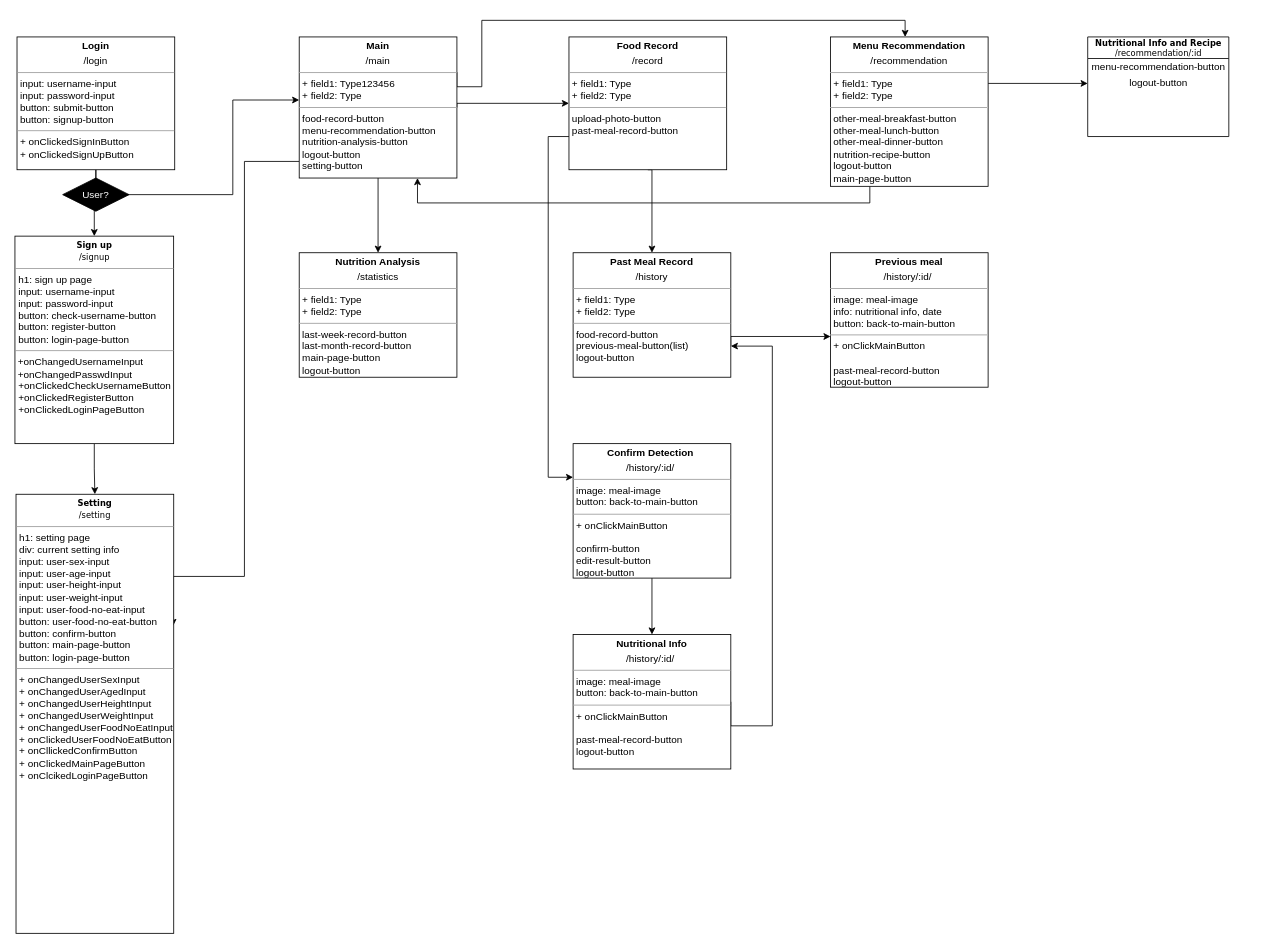
The draw.io diagram Untitled Diagram.drawio in swsnu/swpp2021-team5, before the edit. Source tidied: cells renumbered, new cells numbered last; positions are measured from the earlier drawing's top-left corner, leaving out a move shared by most shapes. Both pictures are drawn from the tidied source at 83%, with x=0, y=0 at pixel (15, 20).
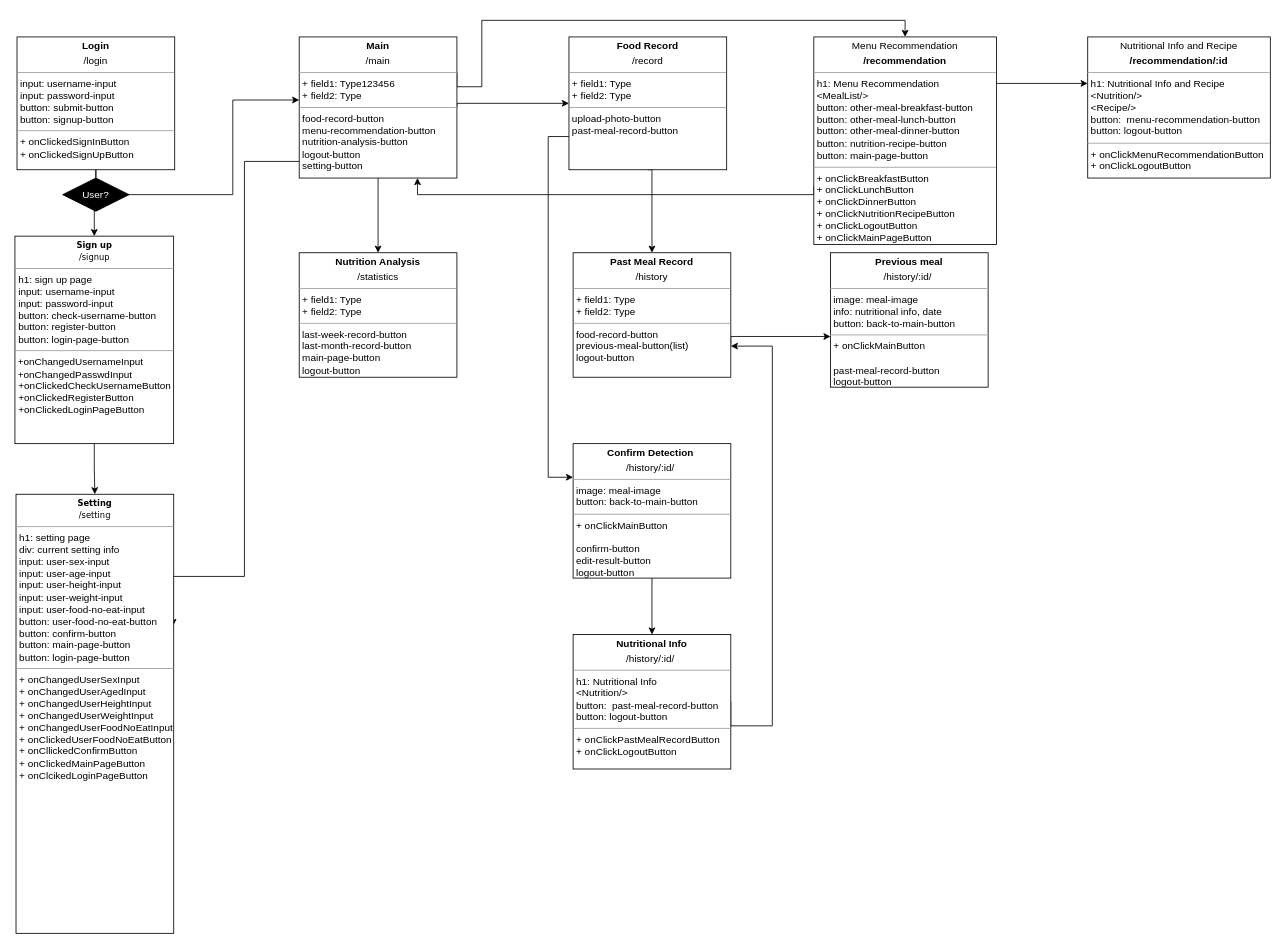
The same page after the edit.

Unchanged cells that the change refers to:
```xml
<mxCell id="13" value="&lt;p style=&quot;margin: 0px ; margin-top: 4px ; text-align: center&quot;&gt;&lt;b&gt;Main&lt;/b&gt;&lt;/p&gt;&lt;p style=&quot;margin: 0px ; margin-top: 4px ; text-align: center&quot;&gt;/main&lt;/p&gt;&lt;hr size=&quot;1&quot;&gt;&lt;p style=&quot;margin: 0px ; margin-left: 4px&quot;&gt;+ field1: Type123456&lt;br&gt;+ field2: Type&lt;/p&gt;&lt;hr size=&quot;1&quot;&gt;&lt;p style=&quot;margin: 0px ; margin-left: 4px&quot;&gt;food-record-button&lt;/p&gt;&lt;p style=&quot;margin: 0px ; margin-left: 4px&quot;&gt;menu-recommendation-button&lt;/p&gt;&lt;p style=&quot;margin: 0px ; margin-left: 4px&quot;&gt;nutrition-analysis-button&lt;/p&gt;&lt;p style=&quot;margin: 0px ; margin-left: 4px&quot;&gt;logout-button&lt;/p&gt;&lt;p style=&quot;margin: 0px ; margin-left: 4px&quot;&gt;setting-button&lt;/p&gt;" style="verticalAlign=top;align=left;overflow=fill;fontSize=12;fontFamily=Helvetica;html=1;rounded=0;shadow=0;comic=0;labelBackgroundColor=none;strokeWidth=1;" parent="1" vertex="1">
  <mxGeometry x="342" y="20" width="190" height="170" as="geometry" />
</mxCell>
```

What changed in the source:
```diff
@@
-    <mxCell id="2" value="&lt;b&gt;Nutritional Info and Recipe&lt;/b&gt;&lt;br&gt;/recommendation/:id" style="swimlane;html=1;fontStyle=0;horizontal=1;startSize=26;fillColor=none;swimlaneFillColor=#ffffff;rounded=0;shadow=0;comic=0;labelBackgroundColor=none;strokeWidth=1;fontFamily=Verdana;fontSize=10;align=center;" parent="1" vertex="1">
-      <mxGeometry x="1292" y="20" width="170" height="120" as="geometry" />
-    </mxCell>
-    <mxCell id="3" value="menu-recommendation-button" style="text;html=1;align=center;verticalAlign=middle;fillColor=none;strokeColor=none;rounded=0;" parent="2" vertex="1">
-      <mxGeometry y="26" width="170" height="20" as="geometry" />
-    </mxCell>
-    <mxCell id="4" value="logout-button" style="text;html=1;align=center;verticalAlign=middle;points=[];fillColor=none;strokeColor=none;rounded=0;" parent="2" vertex="1">
-      <mxGeometry y="46" width="170" height="20" as="geometry" />
-    </mxCell>
@@
-    <mxCell id="6" style="edgeStyle=orthogonalEdgeStyle;rounded=0;jettySize=auto;html=1;fontColor=#FFFFFF;" parent="1" edge="1" source="8" target="4">
+    <mxCell id="6" style="edgeStyle=orthogonalEdgeStyle;rounded=0;orthogonalLoop=1;jettySize=auto;html=1;fontColor=#FFFFFF;" parent="1" edge="1">
       <mxGeometry relative="1" as="geometry">
+        <mxPoint x="1172" y="76" as="sourcePoint" />
+        <mxPoint x="1292" y="76" as="targetPoint" />
         <Array as="points">
           <mxPoint x="1202" y="76" />
           <mxPoint x="1202" y="76" />
         </Array>
       </mxGeometry>
     </mxCell>
-    <mxCell id="7" style="edgeStyle=orthogonalEdgeStyle;rounded=0;jettySize=auto;html=1;exitX=0.25;exitY=1;exitDx=0;exitDy=0;entryX=0.75;entryY=1;entryDx=0;entryDy=0;fontColor=#FFFFFF;" parent="1" edge="1" source="8" target="13">
-      <mxGeometry relative="1" as="geometry" />
+    <mxCell id="7" style="edgeStyle=orthogonalEdgeStyle;rounded=0;jettySize=auto;html=1;exitX=0.25;exitY=1;exitDx=0;exitDy=0;entryX=0.75;entryY=1;entryDx=0;entryDy=0;fontColor=#FFFFFF;" parent="1" edge="1" target="13">
+      <mxGeometry relative="1" as="geometry">
+        <mxPoint x="1029.5" y="200" as="sourcePoint" />
+        <Array as="points">
+          <mxPoint x="962" y="200" />
+          <mxPoint x="962" y="210" />
+          <mxPoint x="484" y="210" />
+        </Array>
+      </mxGeometry>
     </mxCell>
-    <mxCell id="8" value="&lt;p style=&quot;margin: 0px ; margin-top: 4px ; text-align: center&quot;&gt;&lt;b&gt;Menu Recommendation&lt;/b&gt;&lt;/p&gt;&lt;p style=&quot;margin: 0px ; margin-top: 4px ; text-align: center&quot;&gt;/recommendation&lt;/p&gt;&lt;hr size=&quot;1&quot;&gt;&lt;p style=&quot;margin: 0px ; margin-left: 4px&quot;&gt;+ field1: Type&lt;br&gt;+ field2: Type&lt;/p&gt;&lt;hr size=&quot;1&quot;&gt;&lt;p style=&quot;margin: 0px ; margin-left: 4px&quot;&gt;&lt;span&gt;other-meal-breakfast-button&lt;/span&gt;&lt;br&gt;&lt;/p&gt;&lt;p style=&quot;margin: 0px ; margin-left: 4px&quot;&gt;other-meal-lunch-button&lt;/p&gt;&lt;p style=&quot;margin: 0px ; margin-left: 4px&quot;&gt;other-meal-dinner-button&lt;/p&gt;&lt;p style=&quot;margin: 0px ; margin-left: 4px&quot;&gt;nutrition-recipe-button&lt;/p&gt;&lt;p style=&quot;margin: 0px ; margin-left: 4px&quot;&gt;logout-button&lt;/p&gt;&lt;p style=&quot;margin: 0px ; margin-left: 4px&quot;&gt;main-page-button&lt;/p&gt;" style="verticalAlign=top;align=left;overflow=fill;fontSize=12;fontFamily=Helvetica;html=1;rounded=0;shadow=0;comic=0;labelBackgroundColor=none;strokeWidth=1;" parent="1" vertex="1">
-      <mxGeometry x="982" y="20" width="190" height="180" as="geometry" />
-    </mxCell>
@@
-    <mxCell id="29" value="&lt;p style=&quot;margin: 0px ; margin-top: 4px ; text-align: center&quot;&gt;&lt;b&gt;Nutritional Info&lt;/b&gt;&lt;/p&gt;&lt;p style=&quot;margin: 0px ; margin-top: 4px ; text-align: center&quot;&gt;/history/:id/&lt;b&gt;&amp;nbsp;&lt;/b&gt;&lt;/p&gt;&lt;hr size=&quot;1&quot;&gt;&lt;p style=&quot;margin: 0px ; margin-left: 4px&quot;&gt;image: meal-image&lt;/p&gt;&lt;p style=&quot;margin: 0px ; margin-left: 4px&quot;&gt;button: back-to-main-button&lt;/p&gt;&lt;hr size=&quot;1&quot;&gt;&lt;p style=&quot;margin: 0px ; margin-left: 4px&quot;&gt;+ onClickMainButton&lt;/p&gt;&lt;p style=&quot;margin: 0px ; margin-left: 4px&quot;&gt;&lt;br&gt;&lt;/p&gt;&lt;p style=&quot;margin: 0px ; margin-left: 4px&quot;&gt;past-meal-record-button&lt;/p&gt;&lt;p style=&quot;margin: 0px ; margin-left: 4px&quot;&gt;logout-button&lt;/p&gt;" style="verticalAlign=top;align=left;overflow=fill;fontSize=12;fontFamily=Helvetica;html=1;" parent="1" vertex="1">
+    <mxCell id="29" value="&lt;p style=&quot;margin: 0px ; margin-top: 4px ; text-align: center&quot;&gt;&lt;b&gt;Nutritional Info&lt;/b&gt;&lt;/p&gt;&lt;p style=&quot;margin: 0px ; margin-top: 4px ; text-align: center&quot;&gt;/history/:id/&lt;b&gt;&amp;nbsp;&lt;/b&gt;&lt;/p&gt;&lt;hr size=&quot;1&quot;&gt;&lt;p style=&quot;margin: 0px 0px 0px 4px&quot;&gt;h1: Nutritional Info&lt;/p&gt;&lt;p style=&quot;margin: 0px 0px 0px 4px&quot;&gt;&amp;lt;Nutrition/&amp;gt;&lt;/p&gt;&lt;p style=&quot;margin: 0px 0px 0px 4px&quot;&gt;button:&amp;nbsp; past-meal-record-button&amp;nbsp;&lt;br&gt;&lt;/p&gt;&lt;p style=&quot;margin: 0px 0px 0px 4px&quot;&gt;button: logout-button&lt;/p&gt;&lt;hr size=&quot;1&quot;&gt;&lt;p style=&quot;margin: 0px 0px 0px 4px&quot;&gt;+ onClickPastMealRecordButton&lt;/p&gt;&lt;p style=&quot;margin: 0px 0px 0px 4px&quot;&gt;+ onClickLogoutButton&lt;/p&gt;" style="verticalAlign=top;align=left;overflow=fill;fontSize=12;fontFamily=Helvetica;html=1;" parent="1" vertex="1">
       <mxGeometry x="672" y="740" width="190" height="162" as="geometry" />
     </mxCell>
@@
+    <mxCell id="31" value="&lt;p style=&quot;margin: 0px ; margin-top: 4px ; text-align: center&quot;&gt;Menu Recommendation&lt;/p&gt;&lt;p style=&quot;margin: 0px ; margin-top: 4px ; text-align: center&quot;&gt;&lt;b&gt;/recommendation&lt;/b&gt;&lt;/p&gt;&lt;hr size=&quot;1&quot;&gt;&lt;p style=&quot;margin: 0px ; margin-left: 4px&quot;&gt;h1: Menu Recommendation&lt;/p&gt;&lt;p style=&quot;margin: 0px ; margin-left: 4px&quot;&gt;&amp;lt;MealList/&amp;gt;&lt;/p&gt;&lt;p style=&quot;margin: 0px ; margin-left: 4px&quot;&gt;button:&amp;nbsp;&lt;span&gt;other-meal-breakfast-button&lt;/span&gt;&lt;/p&gt;&lt;p style=&quot;margin: 0px 0px 0px 4px&quot;&gt;button: other-meal-lunch-button&lt;/p&gt;&lt;p style=&quot;margin: 0px 0px 0px 4px&quot;&gt;button: other-meal-dinner-button&lt;/p&gt;&lt;p style=&quot;margin: 0px 0px 0px 4px&quot;&gt;button: nutrition-recipe-button&lt;/p&gt;&lt;p style=&quot;margin: 0px 0px 0px 4px&quot;&gt;button: main-page-button&lt;/p&gt;&lt;hr size=&quot;1&quot;&gt;&lt;p style=&quot;margin: 0px ; margin-left: 4px&quot;&gt;+ onClickBreakfastButton&lt;br&gt;+ onClickLunchButton&lt;/p&gt;&lt;p style=&quot;margin: 0px ; margin-left: 4px&quot;&gt;+ onClickDinnerButton&lt;/p&gt;&lt;p style=&quot;margin: 0px ; margin-left: 4px&quot;&gt;+ onClickNutritionRecipeButton&lt;/p&gt;&lt;p style=&quot;margin: 0px ; margin-left: 4px&quot;&gt;+ onClickLogoutButton&lt;/p&gt;&lt;p style=&quot;margin: 0px ; margin-left: 4px&quot;&gt;+ onClickMainPageButton&lt;/p&gt;" style="verticalAlign=top;align=left;overflow=fill;fontSize=12;fontFamily=Helvetica;html=1;rounded=0;shadow=0;comic=0;labelBackgroundColor=none;strokeWidth=1;" parent="1" vertex="1">
+      <mxGeometry x="962" y="20" width="220" height="250" as="geometry" />
+    </mxCell>
+    <mxCell id="32" value="&lt;p style=&quot;margin: 0px ; margin-top: 4px ; text-align: center&quot;&gt;Nutritional Info and Recipe&lt;/p&gt;&lt;p style=&quot;margin: 0px ; margin-top: 4px ; text-align: center&quot;&gt;&lt;b&gt;/recommendation/:id&lt;/b&gt;&lt;/p&gt;&lt;hr size=&quot;1&quot;&gt;&lt;p style=&quot;margin: 0px ; margin-left: 4px&quot;&gt;h1: Nutritional Info and Recipe&lt;/p&gt;&lt;p style=&quot;margin: 0px ; margin-left: 4px&quot;&gt;&amp;lt;Nutrition/&amp;gt;&lt;/p&gt;&lt;p style=&quot;margin: 0px ; margin-left: 4px&quot;&gt;&amp;lt;Recipe/&amp;gt;&lt;/p&gt;&lt;p style=&quot;margin: 0px ; margin-left: 4px&quot;&gt;button:&amp;nbsp;&amp;nbsp;&lt;span style=&quot;text-align: center&quot;&gt;menu-recommendation-button&lt;/span&gt;&lt;/p&gt;&lt;p style=&quot;margin: 0px ; margin-left: 4px&quot;&gt;button: logout-button&amp;nbsp;&lt;br&gt;&lt;/p&gt;&lt;hr size=&quot;1&quot;&gt;&lt;p style=&quot;margin: 0px ; margin-left: 4px&quot;&gt;+ onClickMenuRecommendationButton&lt;br&gt;&lt;/p&gt;&lt;p style=&quot;margin: 0px ; margin-left: 4px&quot;&gt;+ onClickLogoutButton&lt;/p&gt;" style="verticalAlign=top;align=left;overflow=fill;fontSize=12;fontFamily=Helvetica;html=1;rounded=0;shadow=0;comic=0;labelBackgroundColor=none;strokeWidth=1;" parent="1" vertex="1">
+      <mxGeometry x="1292" y="20" width="220" height="170" as="geometry" />
+    </mxCell>
```
